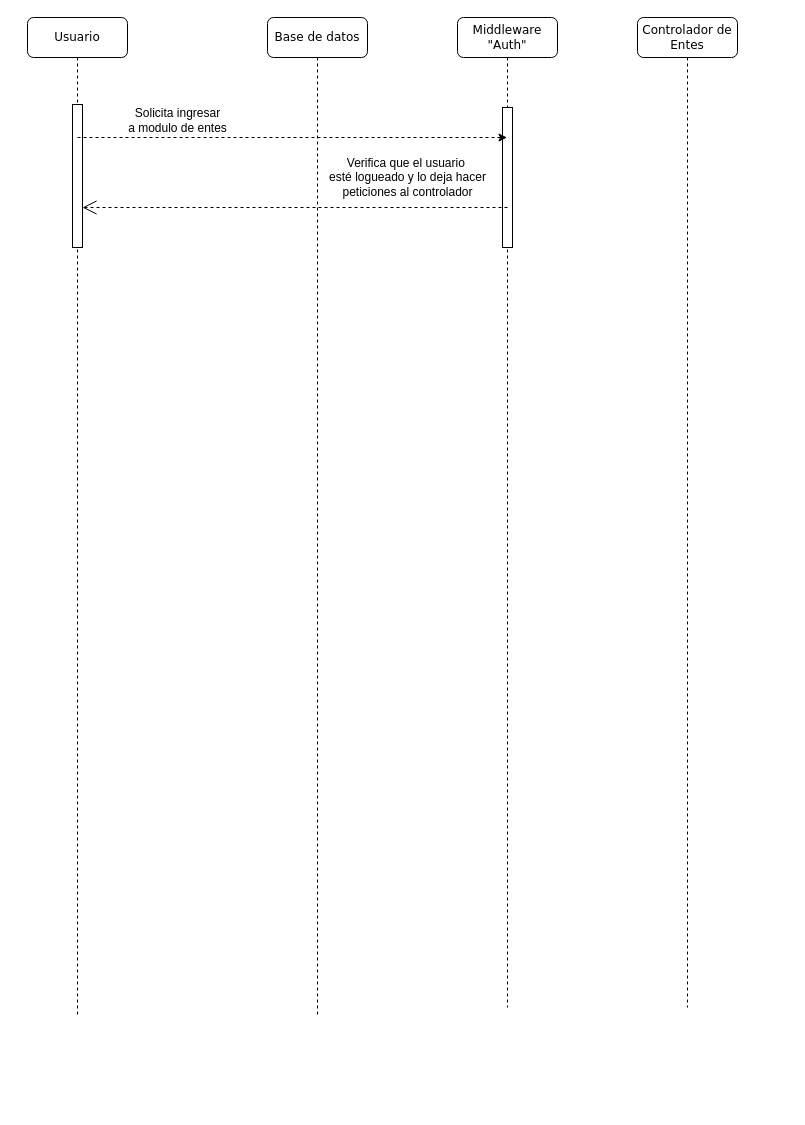
This is page "Page-1" (1 of 2) of Diagramas secuencia/ secuencia_modulo_entes.drawio from MirroringCode/diagramas-del-csm, a draw.io file, before an edit. Source tidied: cells renumbered, new cells numbered last; positions are measured from the earlier drawing's top-left corner, leaving out a move shared by most shapes. Both pictures are drawn from the tidied source at 100%, with x=0, y=0 at pixel (27, 17).
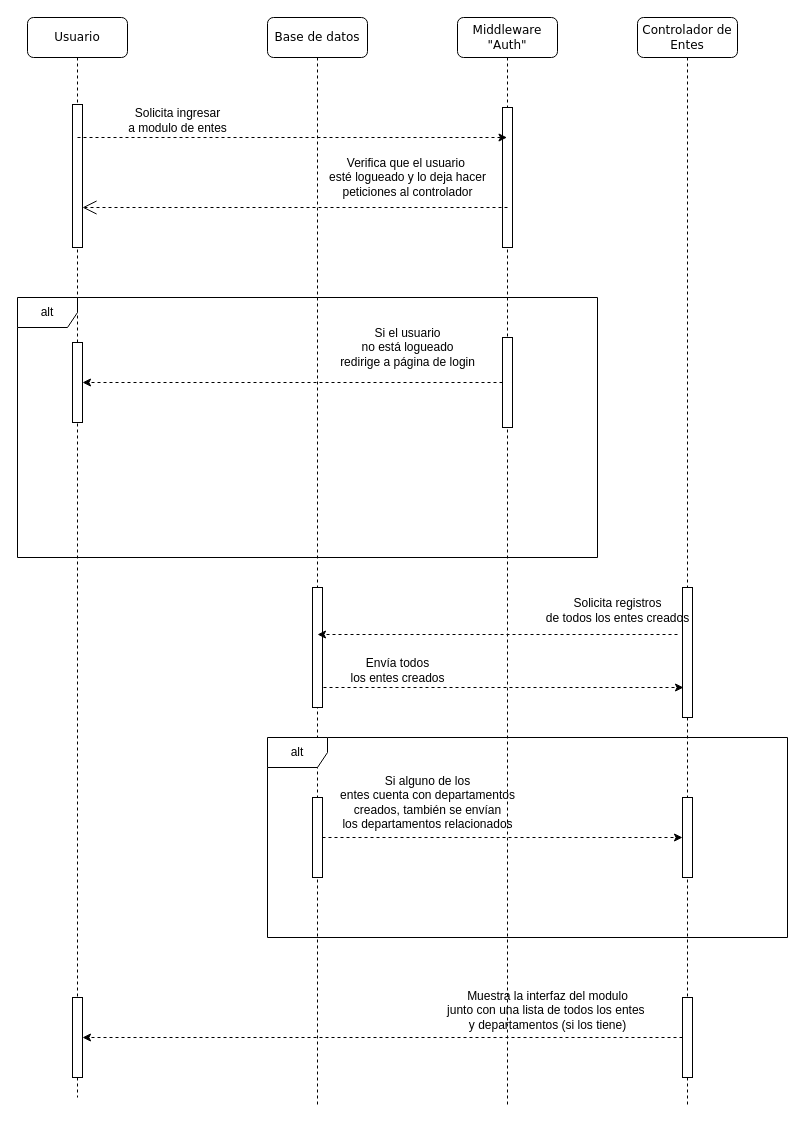
The same page after the edit.

Commit message:
[actualizar] diagrama secuencia_modulo_entes.drawio

Diff of the diagram source:
```diff
@@
     <mxCell id="2" value="Base de datos" style="shape=umlLifeline;perimeter=lifelinePerimeter;whiteSpace=wrap;html=1;rounded=1;shadow=0;comic=0;labelBackgroundColor=none;strokeWidth=1;fontFamily=Verdana;fontSize=12;align=center;" parent="1" vertex="1">
-      <mxGeometry x="240" width="100" height="1000" as="geometry" />
+      <mxGeometry x="240" width="100" height="1090" as="geometry" />
     </mxCell>
+    <mxCell id="13" style="html=1;perimeter=orthogonalPerimeter;targetShapes=umlLifeline;newEdgeStyle={&quot;curved&quot;:0,&quot;rounded&quot;:0};" parent="2" vertex="1">
+      <mxGeometry x="45" y="570" width="10" height="120" as="geometry" />
+    </mxCell>
     <mxCell id="3" value="Usuario" style="shape=umlLifeline;perimeter=lifelinePerimeter;whiteSpace=wrap;html=1;outlineConnect=0;rounded=1;shadow=0;comic=0;labelBackgroundColor=none;strokeWidth=1;fontFamily=Verdana;fontSize=12;align=center;" parent="1" vertex="1">
-      <mxGeometry width="100" height="1000" as="geometry" />
+      <mxGeometry width="100" height="1080" as="geometry" />
     </mxCell>
@@
+    <mxCell id="14" style="html=1;points=[[0,0,0,0,5],[0,1,0,0,-5],[1,0,0,0,5],[1,1,0,0,-5]];perimeter=orthogonalPerimeter;outlineConnect=0;targetShapes=umlLifeline;portConstraint=eastwest;newEdgeStyle={&quot;curved&quot;:0,&quot;rounded&quot;:0};" parent="3" vertex="1">
+      <mxGeometry x="45" y="980" width="10" height="80" as="geometry" />
+    </mxCell>
     <mxCell id="6" value="Controlador de Entes" style="shape=umlLifeline;perimeter=lifelinePerimeter;whiteSpace=wrap;html=1;rounded=1;shadow=0;comic=0;labelBackgroundColor=none;strokeWidth=1;fontFamily=Verdana;fontSize=12;align=center;" parent="1" vertex="1">
-      <mxGeometry x="610" width="100" height="990" as="geometry" />
+      <mxGeometry x="610" width="100" height="1090" as="geometry" />
     </mxCell>
+    <mxCell id="15" style="html=1;perimeter=orthogonalPerimeter;targetShapes=umlLifeline;newEdgeStyle={&quot;curved&quot;:0,&quot;rounded&quot;:0};" parent="6" vertex="1">
+      <mxGeometry x="45" y="570" width="10" height="130" as="geometry" />
+    </mxCell>
+    <mxCell id="16" style="edgeStyle=orthogonalEdgeStyle;rounded=0;orthogonalLoop=1;jettySize=auto;html=1;curved=0;dashed=1;" parent="6" edge="1">
+      <mxGeometry relative="1" as="geometry">
+        <mxPoint x="40" y="617" as="sourcePoint" />
+        <mxPoint x="-320" y="617" as="targetPoint" />
+      </mxGeometry>
+    </mxCell>
+    <mxCell id="17" style="html=1;points=[[0,0,0,0,5],[0,1,0,0,-5],[1,0,0,0,5],[1,1,0,0,-5]];perimeter=orthogonalPerimeter;outlineConnect=0;targetShapes=umlLifeline;portConstraint=eastwest;newEdgeStyle={&quot;curved&quot;:0,&quot;rounded&quot;:0};" parent="6" vertex="1">
+      <mxGeometry x="45" y="980" width="10" height="80" as="geometry" />
+    </mxCell>
     <mxCell id="7" value="Middleware &quot;Auth&quot;" style="shape=umlLifeline;perimeter=lifelinePerimeter;whiteSpace=wrap;html=1;rounded=1;shadow=0;comic=0;labelBackgroundColor=none;strokeWidth=1;fontFamily=Verdana;fontSize=12;align=center;" parent="1" vertex="1">
-      <mxGeometry x="430" width="100" height="990" as="geometry" />
+      <mxGeometry x="430" width="100" height="1090" as="geometry" />
     </mxCell>
@@
+    <mxCell id="18" value="alt" style="shape=umlFrame;whiteSpace=wrap;html=1;" parent="1" vertex="1">
+      <mxGeometry x="-10" y="280" width="580" height="260" as="geometry" />
+    </mxCell>
+    <mxCell id="19" style="edgeStyle=orthogonalEdgeStyle;rounded=0;jettySize=auto;html=1;curved=0;dashed=1;" parent="1" edge="1" source="20" target="21">
+      <mxGeometry relative="1" as="geometry" />
+    </mxCell>
+    <mxCell id="20" style="html=1;points=[[0,0,0,0,5],[0,1,0,0,-5],[1,0,0,0,5],[1,1,0,0,-5]];perimeter=orthogonalPerimeter;outlineConnect=0;targetShapes=umlLifeline;portConstraint=eastwest;newEdgeStyle={&quot;curved&quot;:0,&quot;rounded&quot;:0};" parent="1" vertex="1">
+      <mxGeometry x="475" y="320" width="10" height="90" as="geometry" />
+    </mxCell>
+    <mxCell id="21" style="html=1;points=[[0,0,0,0,5],[0,1,0,0,-5],[1,0,0,0,5],[1,1,0,0,-5]];perimeter=orthogonalPerimeter;outlineConnect=0;targetShapes=umlLifeline;portConstraint=eastwest;newEdgeStyle={&quot;curved&quot;:0,&quot;rounded&quot;:0};" parent="1" vertex="1">
+      <mxGeometry x="45" y="325" width="10" height="80" as="geometry" />
+    </mxCell>
+    <mxCell id="22" value="Si el usuario&lt;div&gt;no está logueado&lt;/div&gt;&lt;div&gt;redirige a página de login&lt;/div&gt;" style="text;html=1;align=center;verticalAlign=middle;strokeColor=none;fillColor=none;" parent="1" vertex="1">
+      <mxGeometry x="300" y="300" width="160" height="60" as="geometry" />
+    </mxCell>
+    <mxCell id="23" style="edgeStyle=orthogonalEdgeStyle;rounded=0;orthogonalLoop=1;jettySize=auto;html=1;curved=0;dashed=1;" parent="1" edge="1">
+      <mxGeometry relative="1" as="geometry">
+        <mxPoint x="296" y="670" as="sourcePoint" />
+        <mxPoint x="656" y="670" as="targetPoint" />
+      </mxGeometry>
+    </mxCell>
+    <mxCell id="24" value="Solicita registros&lt;div&gt;de todos los entes creados&lt;/div&gt;" style="text;html=1;align=center;verticalAlign=middle;strokeColor=none;fillColor=none;" parent="1" vertex="1">
+      <mxGeometry x="505" y="573" width="170" height="40" as="geometry" />
+    </mxCell>
+    <mxCell id="25" value="Envía todos&lt;div&gt;los entes creados&lt;/div&gt;" style="text;html=1;align=center;verticalAlign=middle;strokeColor=none;fillColor=none;" parent="1" vertex="1">
+      <mxGeometry x="310" y="633" width="120" height="40" as="geometry" />
+    </mxCell>
+    <mxCell id="26" value="alt" style="shape=umlFrame;whiteSpace=wrap;html=1;" parent="1" vertex="1">
+      <mxGeometry x="240" y="720" width="520" height="200" as="geometry" />
+    </mxCell>
+    <mxCell id="27" style="html=1;points=[[0,0,0,0,5],[0,1,0,0,-5],[1,0,0,0,5],[1,1,0,0,-5]];perimeter=orthogonalPerimeter;outlineConnect=0;targetShapes=umlLifeline;portConstraint=eastwest;newEdgeStyle={&quot;curved&quot;:0,&quot;rounded&quot;:0};" parent="1" vertex="1">
+      <mxGeometry x="655" y="780" width="10" height="80" as="geometry" />
+    </mxCell>
+    <mxCell id="28" style="edgeStyle=orthogonalEdgeStyle;rounded=0;jettySize=auto;html=1;curved=0;dashed=1;" parent="1" edge="1" source="29" target="27">
+      <mxGeometry relative="1" as="geometry" />
+    </mxCell>
+    <mxCell id="29" style="html=1;points=[[0,0,0,0,5],[0,1,0,0,-5],[1,0,0,0,5],[1,1,0,0,-5]];perimeter=orthogonalPerimeter;outlineConnect=0;targetShapes=umlLifeline;portConstraint=eastwest;newEdgeStyle={&quot;curved&quot;:0,&quot;rounded&quot;:0};" parent="1" vertex="1">
+      <mxGeometry x="285" y="780" width="10" height="80" as="geometry" />
+    </mxCell>
+    <mxCell id="30" value="Si alguno de los&lt;div&gt;entes cuenta con departamentos&lt;/div&gt;&lt;div&gt;creados, también se envían&lt;/div&gt;&lt;div&gt;los departamentos relacionados&lt;/div&gt;" style="text;html=1;align=center;verticalAlign=middle;strokeColor=none;fillColor=none;" parent="1" vertex="1">
+      <mxGeometry x="300" y="750" width="200" height="70" as="geometry" />
+    </mxCell>
+    <mxCell id="31" style="edgeStyle=orthogonalEdgeStyle;rounded=0;jettySize=auto;html=1;curved=0;dashed=1;" parent="1" edge="1" source="17" target="14">
+      <mxGeometry relative="1" as="geometry" />
+    </mxCell>
+    <mxCell id="32" value="Muestra la interfaz del modulo&lt;div&gt;junto con una lista de todos los entes&amp;nbsp;&lt;/div&gt;&lt;div&gt;y departamentos (si los tiene)&lt;/div&gt;" style="text;html=1;align=center;verticalAlign=middle;strokeColor=none;fillColor=none;" parent="1" vertex="1">
+      <mxGeometry x="410" y="963" width="220" height="60" as="geometry" />
+    </mxCell>
```
